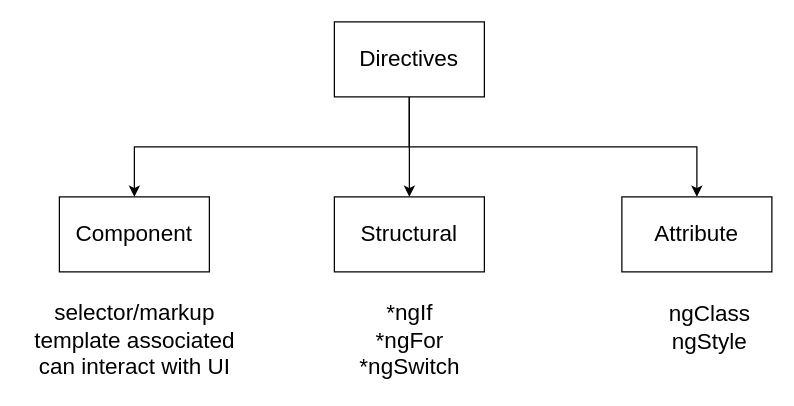
This is page "Page-9" (9 of 10) of full-diagrams.drawio from synergy2411/citiustech-sept21, a draw.io file, before an edit. Source tidied: cells renumbered, new cells numbered last; positions are measured from the earlier drawing's top-left corner, leaving out a move shared by most shapes. Both pictures are drawn from the tidied source at 125%, with x=0, y=0 at pixel (21, 21).
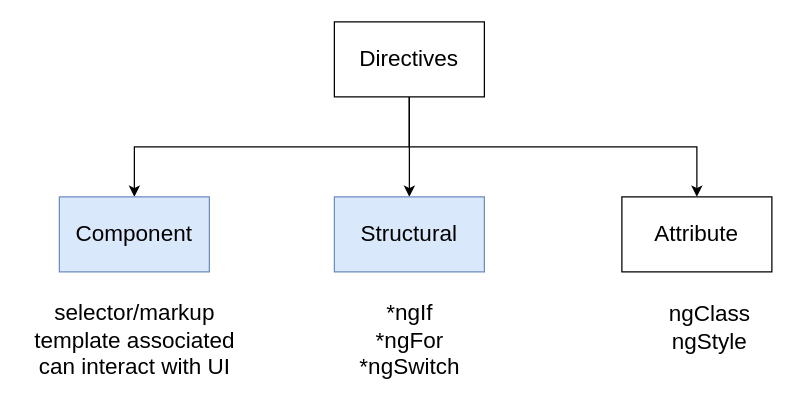
The same page after the edit.

The edit, as a diff of the source:
```diff
@@
 <mxGraphModel>
   <root>
     <mxCell id="0" />
     <mxCell id="1" parent="0" />
     <mxCell id="2" style="edgeStyle=orthogonalEdgeStyle;rounded=0;jettySize=auto;html=1;fontSize=18;" parent="1" edge="1" source="5" target="6">
       <mxGeometry relative="1" as="geometry" />
     </mxCell>
     <mxCell id="3" style="edgeStyle=orthogonalEdgeStyle;rounded=0;jettySize=auto;html=1;exitX=0.5;exitY=1;exitDx=0;exitDy=0;fontSize=18;" parent="1" edge="1" source="5" target="7">
       <mxGeometry relative="1" as="geometry" />
     </mxCell>
     <mxCell id="4" style="edgeStyle=orthogonalEdgeStyle;rounded=0;jettySize=auto;html=1;exitX=0.5;exitY=1;exitDx=0;exitDy=0;entryX=0.5;entryY=0;entryDx=0;entryDy=0;fontSize=18;" parent="1" edge="1" source="5" target="8">
       <mxGeometry relative="1" as="geometry" />
     </mxCell>
     <mxCell id="5" value="Directives" style="rounded=0;whiteSpace=wrap;html=1;fontSize=18;" parent="1" vertex="1">
       <mxGeometry x="250" width="120" height="60" as="geometry" />
     </mxCell>
-    <mxCell id="6" value="Structural" style="rounded=0;whiteSpace=wrap;html=1;fontSize=18;" parent="1" vertex="1">
+    <mxCell id="6" value="Structural" style="rounded=0;whiteSpace=wrap;html=1;fontSize=18;fillColor=#dae8fc;strokeColor=#6c8ebf;" parent="1" vertex="1">
       <mxGeometry x="250" y="140" width="120" height="60" as="geometry" />
     </mxCell>
-    <mxCell id="7" value="Component" style="rounded=0;whiteSpace=wrap;html=1;fontSize=18;" parent="1" vertex="1">
+    <mxCell id="7" value="Component" style="rounded=0;whiteSpace=wrap;html=1;fontSize=18;fillColor=#dae8fc;strokeColor=#6c8ebf;" parent="1" vertex="1">
       <mxGeometry x="30" y="140" width="120" height="60" as="geometry" />
     </mxCell>
     <mxCell id="8" value="Attribute" style="rounded=0;whiteSpace=wrap;html=1;fontSize=18;" parent="1" vertex="1">
       <mxGeometry x="480" y="140" width="120" height="60" as="geometry" />
     </mxCell>
     <mxCell id="9" value="selector/markup&lt;br&gt;template associated&lt;br&gt;can interact with UI" style="text;html=1;align=center;verticalAlign=middle;strokeColor=none;fillColor=none;fontSize=18;" parent="1" vertex="1">
       <mxGeometry y="220" width="180" height="70" as="geometry" />
     </mxCell>
     <mxCell id="10" value="*ngIf&lt;br&gt;*ngFor&lt;br&gt;*ngSwitch" style="text;html=1;align=center;verticalAlign=middle;strokeColor=none;fillColor=none;fontSize=18;" parent="1" vertex="1">
       <mxGeometry x="260" y="220" width="100" height="70" as="geometry" />
     </mxCell>
     <mxCell id="11" value="ngClass&lt;br&gt;ngStyle" style="text;html=1;align=center;verticalAlign=middle;strokeColor=none;fillColor=none;fontSize=18;" parent="1" vertex="1">
       <mxGeometry x="510" y="220" width="80" height="50" as="geometry" />
     </mxCell>
   </root>
 </mxGraphModel>
```
